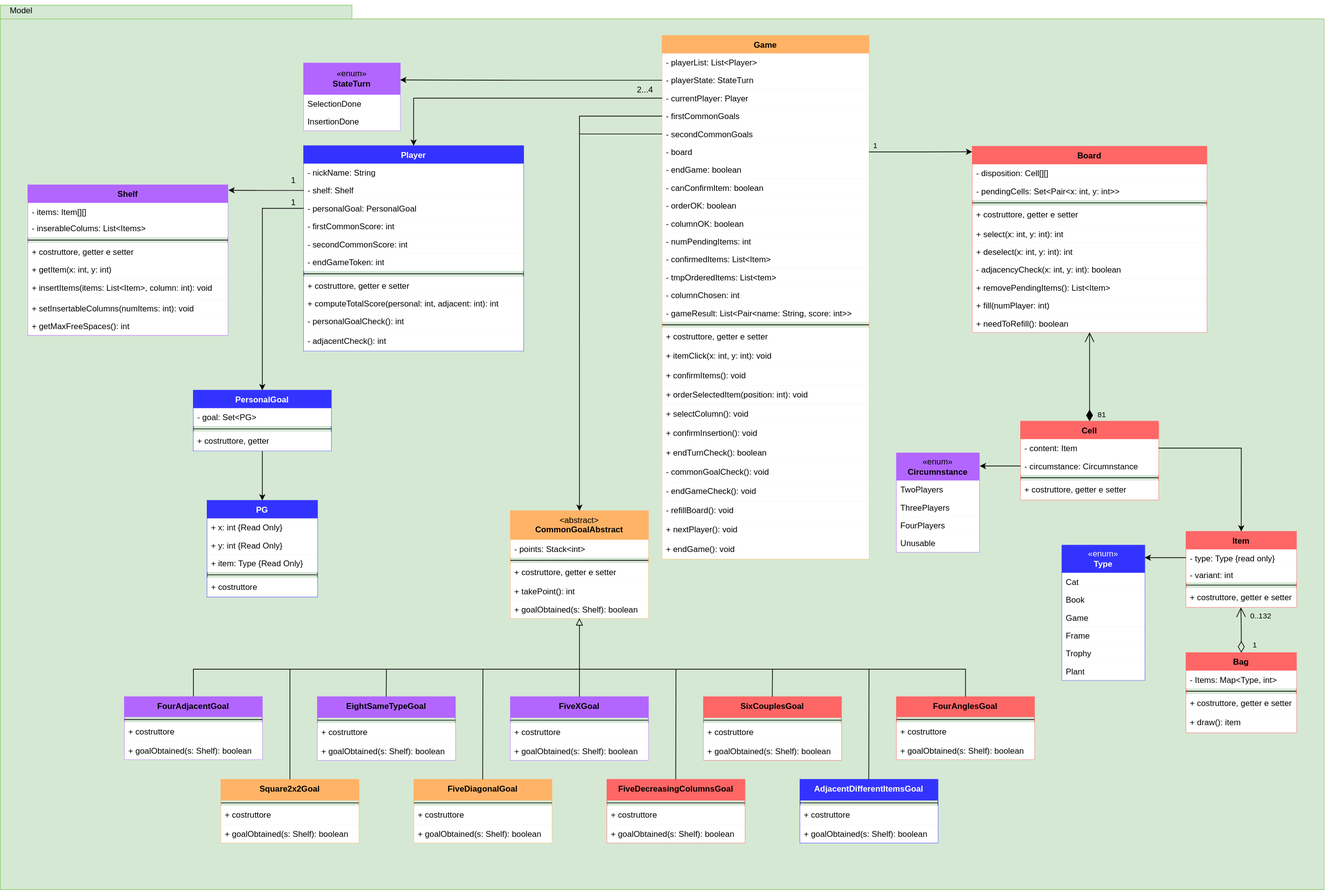
This is deliveries/UML/model.drawio.svg from pontig/ing-sw-2023-pontiggia-pasini-reffo-perriello, a draw.io export, as it was before one commit. Source tidied: cells renumbered, new cells last; positions are measured from the earlier drawing's top-left corner, leaving out a move shared by most shapes.
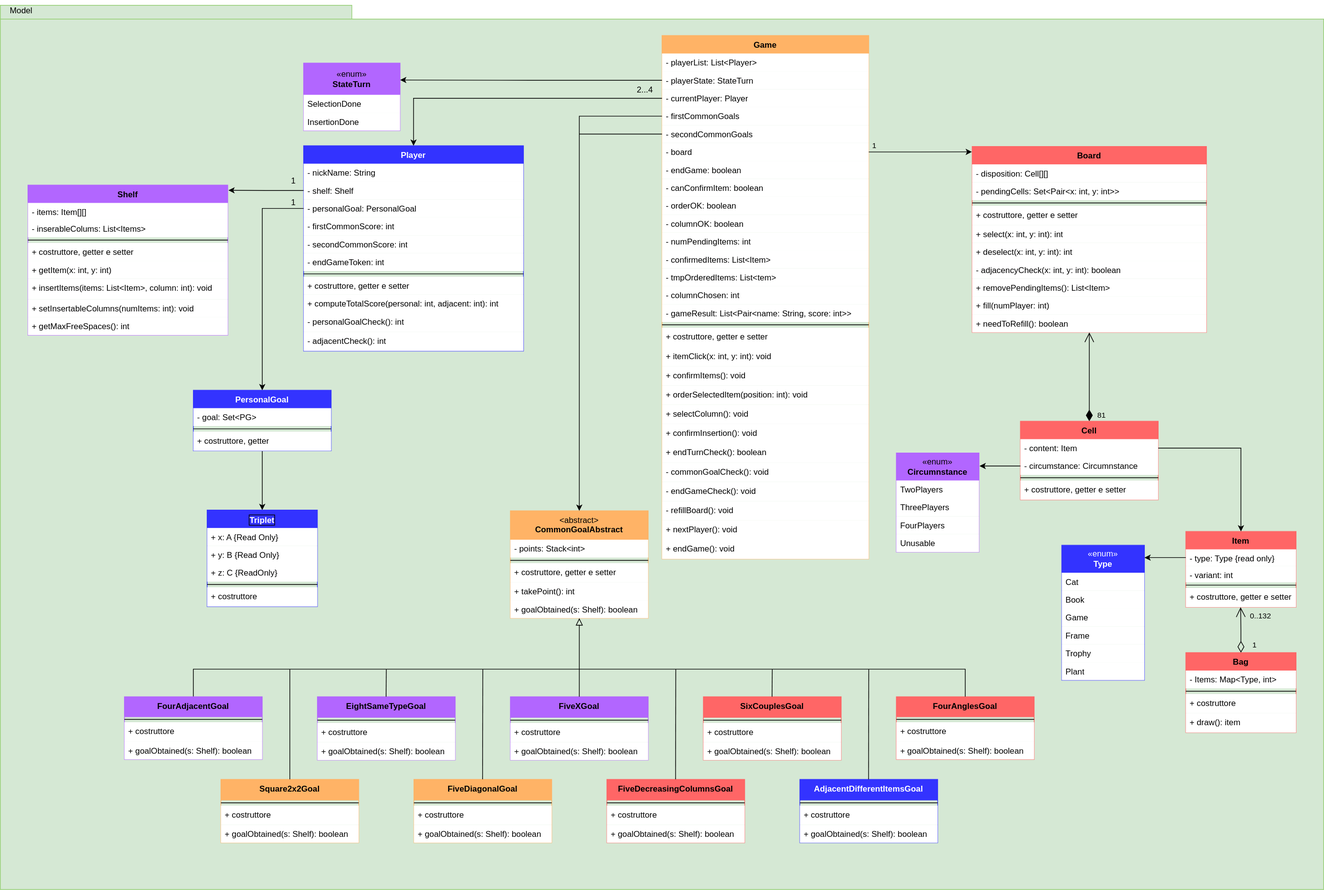
After the commit.

Commit message:
Implementing model

Diff of the diagram source:
```diff
@@ -332,7 +332,7 @@
     <mxCell id="111" style="line;strokeWidth=1;align=left;verticalAlign=middle;spacingTop=-1;spacingLeft=3;spacingRight=3;labelPosition=right;" parent="109" vertex="1">
       <mxGeometry y="52" width="160" height="8" as="geometry" />
     </mxCell>
-    <mxCell id="112" value="+ costruttore, getter e setter" style="text;strokeColor=none;fillColor=default;align=left;verticalAlign=top;spacingLeft=4;spacingRight=4;overflow=hidden;whiteSpace=wrap;html=1;" parent="109" vertex="1">
+    <mxCell id="112" value="+ costruttore" style="text;strokeColor=none;fillColor=default;align=left;verticalAlign=top;spacingLeft=4;spacingRight=4;overflow=hidden;whiteSpace=wrap;html=1;" parent="109" vertex="1">
       <mxGeometry y="60" width="160" height="28" as="geometry" />
     </mxCell>
     <mxCell id="113" value="&lt;div&gt;+ draw(): item&lt;/div&gt;" style="text;strokeColor=none;fillColor=default;align=left;verticalAlign=top;spacingLeft=4;spacingRight=4;overflow=hidden;whiteSpace=wrap;html=1;" parent="109" vertex="1">
@@ -387,7 +387,7 @@
     <mxCell id="128" value="Unusable" style="text;align=left;verticalAlign=top;spacingLeft=4;spacingRight=4;overflow=hidden;whiteSpace=wrap;html=1;fillColor=default;" parent="124" vertex="1">
       <mxGeometry y="118" width="120" height="26" as="geometry" />
     </mxCell>
-    <mxCell id="129" style="edgeStyle=orthogonalEdgeStyle;rounded=0;jettySize=auto;html=1;entryX=0.5;entryY=0;entryDx=0;entryDy=0;" parent="1" edge="1" source="130" target="143">
+    <mxCell id="129" style="edgeStyle=orthogonalEdgeStyle;rounded=0;jettySize=auto;html=1;" parent="1" edge="1" source="130" target="175">
       <mxGeometry relative="1" as="geometry" />
     </mxCell>
     <mxCell id="130" value="PersonalGoal" style="swimlane;fontStyle=1;align=center;verticalAlign=top;horizontal=1;startSize=26;whiteSpace=wrap;html=1;fillColor=#3333FF;strokeColor=#3333FF;fontColor=#ffffff;labelBorderColor=none;" parent="1" vertex="1">
@@ -429,24 +429,6 @@
     <mxCell id="142" value="+ getMaxFreeSpaces(): int" style="text;align=left;verticalAlign=top;spacingLeft=4;spacingRight=4;overflow=hidden;whiteSpace=wrap;html=1;fillColor=default;" parent="134" vertex="1">
       <mxGeometry y="192" width="290" height="26" as="geometry" />
     </mxCell>
-    <mxCell id="143" value="PG" style="swimlane;fontStyle=1;align=center;verticalAlign=top;horizontal=1;startSize=26;whiteSpace=wrap;html=1;fillColor=#3333FF;fontColor=#ffffff;strokeColor=#3333FF;labelBorderColor=none;" parent="1" vertex="1">
-      <mxGeometry x="300" y="726" width="160" height="140" as="geometry" />
-    </mxCell>
-    <mxCell id="144" value="+ x: int {Read Only}" style="text;align=left;verticalAlign=top;spacingLeft=4;spacingRight=4;overflow=hidden;whiteSpace=wrap;html=1;fillColor=default;" parent="143" vertex="1">
-      <mxGeometry y="26" width="160" height="26" as="geometry" />
-    </mxCell>
-    <mxCell id="145" value="+ y: int {Read Only}" style="text;align=left;verticalAlign=top;spacingLeft=4;spacingRight=4;overflow=hidden;whiteSpace=wrap;html=1;fillColor=default;" parent="143" vertex="1">
-      <mxGeometry y="52" width="160" height="26" as="geometry" />
-    </mxCell>
-    <mxCell id="146" value="+ item: Type {Read Only}" style="text;align=left;verticalAlign=top;spacingLeft=4;spacingRight=4;overflow=hidden;whiteSpace=wrap;html=1;fillColor=default;" parent="143" vertex="1">
-      <mxGeometry y="78" width="160" height="26" as="geometry" />
-    </mxCell>
-    <mxCell id="147" style="line;strokeWidth=1;align=left;verticalAlign=middle;spacingTop=-1;spacingLeft=3;spacingRight=3;labelPosition=right;" parent="143" vertex="1">
-      <mxGeometry y="104" width="160" height="8" as="geometry" />
-    </mxCell>
-    <mxCell id="148" value="+ costruttore" style="text;strokeColor=none;fillColor=default;align=left;verticalAlign=top;spacingLeft=4;spacingRight=4;overflow=hidden;whiteSpace=wrap;html=1;" parent="143" vertex="1">
-      <mxGeometry y="112" width="160" height="28" as="geometry" />
-    </mxCell>
     <mxCell id="149" style="edgeStyle=orthogonalEdgeStyle;rounded=0;jettySize=auto;html=1;exitX=0;exitY=0.5;exitDx=0;exitDy=0;entryX=0.5;entryY=0;entryDx=0;entryDy=0;" parent="1" edge="1" source="46" target="130">
       <mxGeometry relative="1" as="geometry" />
     </mxCell>
@@ -557,5 +539,23 @@
     <mxCell id="174" value="2...4" style="text;html=1;align=center;verticalAlign=middle;strokeColor=none;fillColor=none;" parent="1" vertex="1">
       <mxGeometry x="910" y="115" width="50" height="30" as="geometry" />
     </mxCell>
+    <mxCell id="175" value="Triplet" style="swimlane;fontStyle=1;align=center;verticalAlign=top;horizontal=1;startSize=26;whiteSpace=wrap;html=1;fillColor=#3333FF;fontColor=#ffffff;strokeColor=#3333FF;labelBorderColor=default;" parent="1" vertex="1">
+      <mxGeometry x="300" y="740" width="160" height="140" as="geometry" />
+    </mxCell>
+    <mxCell id="176" value="+ x: A {Read Only}" style="text;align=left;verticalAlign=top;spacingLeft=4;spacingRight=4;overflow=hidden;whiteSpace=wrap;html=1;fillColor=default;" parent="175" vertex="1">
+      <mxGeometry y="26" width="160" height="26" as="geometry" />
+    </mxCell>
+    <mxCell id="177" value="+ y: B {Read Only}" style="text;align=left;verticalAlign=top;spacingLeft=4;spacingRight=4;overflow=hidden;whiteSpace=wrap;html=1;fillColor=default;" parent="175" vertex="1">
+      <mxGeometry y="52" width="160" height="26" as="geometry" />
+    </mxCell>
+    <mxCell id="178" value="+ z: C {ReadOnly}&amp;nbsp;" style="text;align=left;verticalAlign=top;spacingLeft=4;spacingRight=4;overflow=hidden;whiteSpace=wrap;html=1;fillColor=default;" parent="175" vertex="1">
+      <mxGeometry y="78" width="160" height="26" as="geometry" />
+    </mxCell>
+    <mxCell id="147" style="line;strokeWidth=1;align=left;verticalAlign=middle;spacingTop=-1;spacingLeft=3;spacingRight=3;labelPosition=right;" parent="175" vertex="1">
+      <mxGeometry y="104" width="160" height="8" as="geometry" />
+    </mxCell>
+    <mxCell id="148" value="+ costruttore" style="text;strokeColor=none;fillColor=default;align=left;verticalAlign=top;spacingLeft=4;spacingRight=4;overflow=hidden;whiteSpace=wrap;html=1;" parent="175" vertex="1">
+      <mxGeometry y="112" width="160" height="28" as="geometry" />
+    </mxCell>
   </root>
 </mxGraphModel>
```
